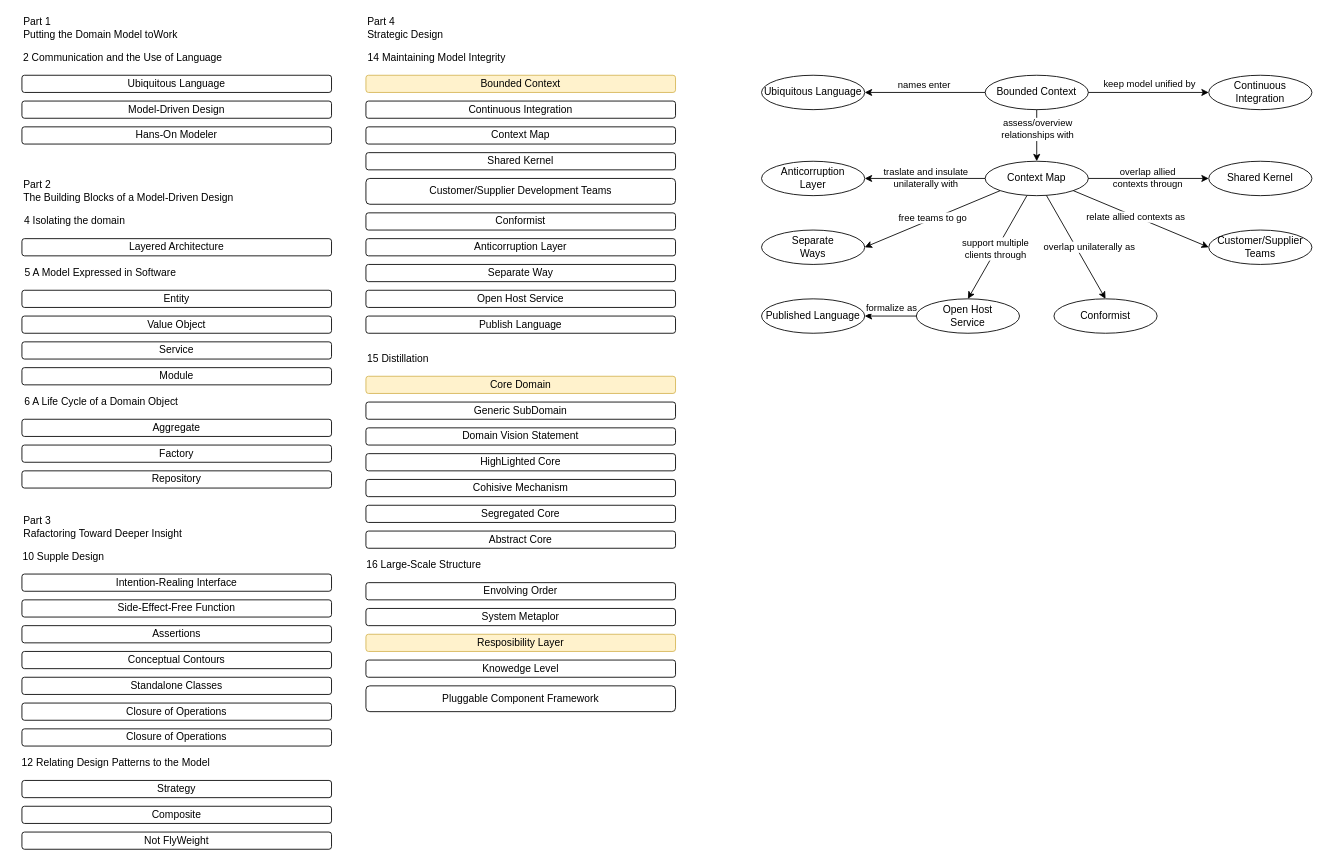
Earlier version of the draw.io diagram architecture/ddd.drawio (rabbitcount/drawio). Source tidied: cells renumbered, new cells numbered last; positions are measured from the earlier drawing's top-left corner, leaving out a move shared by most shapes. Both pictures are drawn from the tidied source at 86%, with x=0, y=0 at pixel (15, 15).
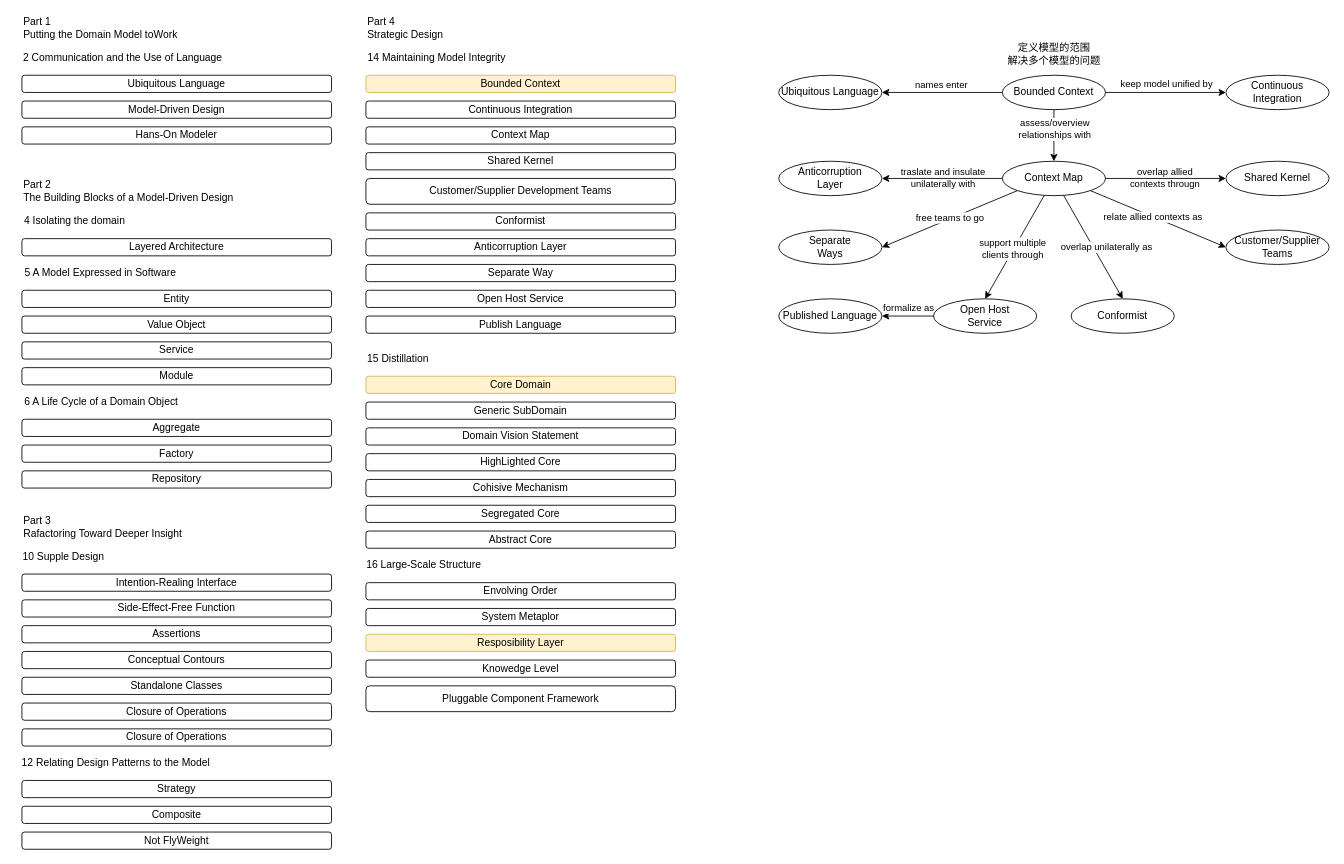
After the change.

Change to the diagram source:
```diff
@@
     <mxCell id="63" value="&lt;span style=&quot;&quot;&gt;Bounded Context&lt;/span&gt;" style="ellipse;whiteSpace=wrap;html=1;fillColor=none;align=center;" parent="1" vertex="1">
-      <mxGeometry x="1128" y="70" width="120" height="40" as="geometry" />
+      <mxGeometry x="1148" y="70" width="120" height="40" as="geometry" />
     </mxCell>
     <mxCell id="64" value="&lt;span&gt;Ubiquitous Language&lt;/span&gt;" style="ellipse;whiteSpace=wrap;html=1;fillColor=none;align=center;" parent="1" vertex="1">
-      <mxGeometry x="868" y="70" width="120" height="40" as="geometry" />
+      <mxGeometry x="888" y="70" width="120" height="40" as="geometry" />
     </mxCell>
     <mxCell id="65" value="Continuous Integration" style="ellipse;whiteSpace=wrap;html=1;fillColor=none;align=center;" parent="1" vertex="1">
-      <mxGeometry x="1388" y="70" width="120" height="40" as="geometry" />
+      <mxGeometry x="1408" y="70" width="120" height="40" as="geometry" />
     </mxCell>
@@
     <mxCell id="78" value="&lt;span&gt;Context Map&lt;/span&gt;" style="ellipse;whiteSpace=wrap;html=1;fillColor=none;align=center;" parent="1" vertex="1">
-      <mxGeometry x="1128" y="170" width="120" height="40" as="geometry" />
+      <mxGeometry x="1148" y="170" width="120" height="40" as="geometry" />
     </mxCell>
     <mxCell id="79" value="&lt;span&gt;Anticorruption&lt;br&gt;Layer&lt;br&gt;&lt;/span&gt;" style="ellipse;whiteSpace=wrap;html=1;fillColor=none;align=center;" parent="1" vertex="1">
-      <mxGeometry x="868" y="170" width="120" height="40" as="geometry" />
+      <mxGeometry x="888" y="170" width="120" height="40" as="geometry" />
     </mxCell>
     <mxCell id="80" value="&lt;span&gt;Shared Kernel&lt;/span&gt;" style="ellipse;whiteSpace=wrap;html=1;fillColor=none;align=center;" parent="1" vertex="1">
-      <mxGeometry x="1388" y="170" width="120" height="40" as="geometry" />
+      <mxGeometry x="1408" y="170" width="120" height="40" as="geometry" />
     </mxCell>
     <mxCell id="81" value="&lt;span&gt;Separate&lt;br&gt;Ways&lt;br&gt;&lt;/span&gt;" style="ellipse;whiteSpace=wrap;html=1;fillColor=none;align=center;" parent="1" vertex="1">
-      <mxGeometry x="868" y="250" width="120" height="40" as="geometry" />
+      <mxGeometry x="888" y="250" width="120" height="40" as="geometry" />
     </mxCell>
@@
     <mxCell id="84" value="&lt;span&gt;Open Host&lt;br&gt;Service&lt;br&gt;&lt;/span&gt;" style="ellipse;whiteSpace=wrap;html=1;fillColor=none;align=center;" parent="1" vertex="1">
-      <mxGeometry x="1048" y="330" width="120" height="40" as="geometry" />
+      <mxGeometry x="1068" y="330" width="120" height="40" as="geometry" />
     </mxCell>
     <mxCell id="85" value="&lt;span&gt;Published Language&lt;/span&gt;" style="ellipse;whiteSpace=wrap;html=1;fillColor=none;align=center;" parent="1" vertex="1">
-      <mxGeometry x="868" y="330" width="120" height="40" as="geometry" />
+      <mxGeometry x="888" y="330" width="120" height="40" as="geometry" />
     </mxCell>
     <mxCell id="86" value="Customer/Supplier&lt;br&gt;Teams" style="ellipse;whiteSpace=wrap;html=1;fillColor=none;align=center;" parent="1" vertex="1">
-      <mxGeometry x="1388" y="250" width="120" height="40" as="geometry" />
+      <mxGeometry x="1408" y="250" width="120" height="40" as="geometry" />
     </mxCell>
     <mxCell id="87" value="Conformist" style="ellipse;whiteSpace=wrap;html=1;fillColor=none;align=center;" parent="1" vertex="1">
-      <mxGeometry x="1208" y="330" width="120" height="40" as="geometry" />
+      <mxGeometry x="1228" y="330" width="120" height="40" as="geometry" />
     </mxCell>
+    <mxCell id="88" value="定义模型的范围&lt;br&gt;解决多个模型的问题" style="text;html=1;align=center;verticalAlign=middle;" parent="1" vertex="1">
+      <mxGeometry x="1148" y="30" width="120" height="30" as="geometry" />
+    </mxCell>
```
